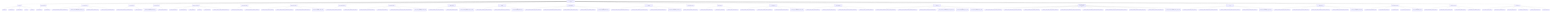
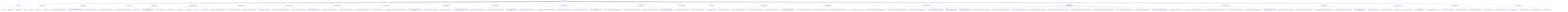
graph TD
    root["ToneSoul Documentation Authority"]
    root --> entrypoints["Entry Points"]
    entrypoints --> entrypoints_1["README.md"]
    entrypoints --> entrypoints_2["README.zh-TW.md"]
    entrypoints --> entrypoints_3["AI_ONBOARDING.md"]
    entrypoints --> entrypoints_4["INDEX.md"]
    entrypoints --> entrypoints_5["README.md"]
    root --> ai_operational_guides["AI Operational Guides"]
    ai_operational_guides --> ai_operational_guides_1["AI_QUICKSTART.md"]
    ai_operational_guides --> ai_operational_guides_2["AI_REFERENCE.md"]
    root --> canonical_architecture["Canonical Architecture"]
    canonical_architecture --> canonical_architecture_1["TONESOUL_EXTERNALIZED_COGNITIVE_ARCHITECTURE.md"]
    canonical_architecture --> canonical_architecture_2["TONESOUL_ARCHITECTURE_MEMORY_ANCHOR_2026-03-22.md"]
    canonical_architecture --> canonical_architecture_3["KNOWLEDGE_SURFACES_BOUNDARY_MAP.md"]
    canonical_architecture --> canonical_architecture_4["TONESOUL_EIGHT_LAYER_CONVERGENCE_MAP.md"]
    root --> deep_system_maps["Deep System Maps"]
    deep_system_maps --> deep_system_maps_1["TONESOUL_SYSTEM_OVERVIEW_AND_SUBSYSTEM_GUIDE.md"]
    deep_system_maps --> deep_system_maps_2["TONESOUL_ANATOMY.md"]
    root --> interpretive_readings["Interpretive Readings"]
    interpretive_readings --> interpretive_readings_1["TONESOUL_DEEP_READING_ANCHOR_2026-03-26.md"]
    interpretive_readings --> interpretive_readings_2["TONESOUL_CODEX_READING.md"]
    root --> governance_execution["Governance And Execution"]
    governance_execution --> governance_execution_1["7D_AUDIT_FRAMEWORK.md"]
    governance_execution --> governance_execution_2["7D_EXECUTION_SPEC.md"]
    governance_execution --> governance_execution_3["AUDIT_CONTRACT.md"]
    governance_execution --> governance_execution_4["API_SPEC.md"]
    governance_execution --> governance_execution_5["COUNCIL_RUNTIME.md"]
    governance_execution --> governance_execution_6["TONESOUL_SHARED_R_MEMORY_OPERATIONS_CONTRACT.md"]
    root --> claim_authority_distillation["Claim Authority Distillation"]
    claim_authority_distillation --> claim_authority_distillation_1["TONESOUL_CLAIM_AUTHORITY_MATRIX.md"]
    claim_authority_distillation --> claim_authority_distillation_2["TONESOUL_LAW_RUNTIME_BOUNDARY_CONTRACT.md"]
    root --> evidence_topology_and_verifiability["Evidence And Verifiability"]
    evidence_topology_and_verifiability --> evidence_topology_and_verifiability_1["TONESOUL_CLAIM_TO_EVIDENCE_MATRIX.md"]
    evidence_topology_and_verifiability --> evidence_topology_and_verifiability_2["TONESOUL_EVIDENCE_LADDER_AND_VERIFIABILITY_CONTRACT.md"]
    evidence_topology_and_verifiability --> evidence_topology_and_verifiability_3["TONESOUL_TEST_AND_VALIDATION_TOPOLOGY_MAP.md"]
    evidence_topology_and_verifiability --> evidence_topology_and_verifiability_4["tonesoul_evidence_followup_candidates_2026-03-29.md"]
    root --> subject_refresh_boundaries["Subject Refresh Boundaries"]
    subject_refresh_boundaries --> subject_refresh_boundaries_1["TONESOUL_SUBJECT_REFRESH_BOUNDARY_CONTRACT.md"]
    subject_refresh_boundaries --> subject_refresh_boundaries_2["TONESOUL_SUBJECT_SNAPSHOT_FIELD_LANES.md"]
    root --> control_plane_discipline["Control Plane Discipline"]
    control_plane_discipline --> control_plane_discipline_1["TONESOUL_TASK_TRACK_AND_READINESS_CONTRACT.md"]
    control_plane_discipline --> control_plane_discipline_2["TONESOUL_PLAN_DELTA_CONTRACT.md"]
    control_plane_discipline --> control_plane_discipline_3["TONESOUL_MIRROR_RUPTURE_FAIL_STOP_AND_LOW_DRIFT_ANCHOR_CONTRACT.md"]
    control_plane_discipline --> control_plane_discipline_4["tonesoul_control_plane_followup_candidates_2026-03-28.md"]
    root --> observable_shell_and_axiom_boundaries["Observable-Shell And Axiom Boundaries"]
    observable_shell_and_axiom_boundaries --> observable_shell_and_axiom_boundaries_1["TONESOUL_OBSERVABLE_SHELL_OPACITY_CONTRACT.md"]
    observable_shell_and_axiom_boundaries --> observable_shell_and_axiom_boundaries_2["TONESOUL_AXIOM_FALSIFICATION_MAP.md"]
    observable_shell_and_axiom_boundaries --> observable_shell_and_axiom_boundaries_3["tonesoul_observability_and_axiom_adoption_review_2026-03-28.md"]
    root --> council_deliberation_discipline["Council Deliberation Discipline"]
    council_deliberation_discipline --> council_deliberation_discipline_1["TONESOUL_COUNCIL_DOSSIER_AND_DISSENT_CONTRACT.md"]
    council_deliberation_discipline --> council_deliberation_discipline_2["TONESOUL_ADAPTIVE_DELIBERATION_MODE_CONTRACT.md"]
    council_deliberation_discipline --> council_deliberation_discipline_3["tonesoul_council_followup_candidates_2026-03-28.md"]
    root --> continuity_import_and_receiver_discipline["Continuity Import And Receiver Discipline"]
    continuity_import_and_receiver_discipline --> continuity_import_and_receiver_discipline_1["TONESOUL_CONTINUITY_IMPORT_AND_DECAY_CONTRACT.md"]
    continuity_import_and_receiver_discipline --> continuity_import_and_receiver_discipline_2["TONESOUL_RECEIVER_INTERPRETATION_BOUNDARY_CONTRACT.md"]
    continuity_import_and_receiver_discipline --> continuity_import_and_receiver_discipline_3["TONESOUL_CONTINUITY_SURFACE_LIFECYCLE_MAP.md"]
    continuity_import_and_receiver_discipline --> continuity_import_and_receiver_discipline_4["TONESOUL_WORKING_STYLE_CONTINUITY_CONTRACT.md"]
    continuity_import_and_receiver_discipline --> continuity_import_and_receiver_discipline_5["tonesoul_continuity_followup_candidates_2026-03-29.md"]
    root --> council_realism_and_calibration["Council Realism And Calibration"]
    council_realism_and_calibration --> council_realism_and_calibration_1["TONESOUL_COUNCIL_REALISM_AND_INDEPENDENCE_CONTRACT.md"]
    council_realism_and_calibration --> council_realism_and_calibration_2["TONESOUL_COUNCIL_CONFIDENCE_AND_CALIBRATION_MAP.md"]
    council_realism_and_calibration --> council_realism_and_calibration_3["TONESOUL_ADVERSARIAL_DELIBERATION_ADOPTION_MAP.md"]
    council_realism_and_calibration --> council_realism_and_calibration_4["tonesoul_council_realism_followup_candidates_2026-03-29.md"]
    root --> context_continuity_adoption["Context Continuity Adoption"]
    context_continuity_adoption --> context_continuity_adoption_1["TONESOUL_CONTEXT_CONTINUITY_ADOPTION_MAP.md"]
    root --> prompt_discipline_skeleton["Prompt Discipline"]
    prompt_discipline_skeleton --> prompt_discipline_skeleton_1["TONESOUL_PROMPT_DISCIPLINE_SKELETON.md"]
    prompt_discipline_skeleton --> prompt_discipline_skeleton_2["TONESOUL_PROMPT_VARIANTS.md"]
    prompt_discipline_skeleton --> prompt_discipline_skeleton_3["TONESOUL_PROMPT_STARTER_CARDS.md"]
    root --> prompt_surface_topology_and_adoption["Prompt Surface Topology And Adoption"]
    prompt_surface_topology_and_adoption --> prompt_surface_topology_and_adoption_1["TONESOUL_PROMPT_SURFACE_ADOPTION_MATRIX.md"]
    prompt_surface_topology_and_adoption --> prompt_surface_topology_and_adoption_2["TONESOUL_PROMPT_SURFACE_BOUNDARY_CONTRACT.md"]
    prompt_surface_topology_and_adoption --> prompt_surface_topology_and_adoption_3["TONESOUL_PROMPT_SURFACE_TOPOLOGY_MAP.md"]
    prompt_surface_topology_and_adoption --> prompt_surface_topology_and_adoption_4["tonesoul_prompt_adoption_followup_candidates_2026-03-29.md"]
    root --> reality_alignment_and_render_boundaries["Reality Alignment And Render Boundaries"]
    reality_alignment_and_render_boundaries --> reality_alignment_and_render_boundaries_1["TONESOUL_ENTRY_SURFACE_REALITY_BASELINE.md"]
    reality_alignment_and_render_boundaries --> reality_alignment_and_render_boundaries_2["TONESOUL_DOC_METRIC_AND_COUNT_METHOD.md"]
    reality_alignment_and_render_boundaries --> reality_alignment_and_render_boundaries_3["TONESOUL_RENDER_LAYER_AND_ENCODING_BOUNDARY_CONTRACT.md"]
    reality_alignment_and_render_boundaries --> reality_alignment_and_render_boundaries_4["TONESOUL_DOC_DRIFT_AND_CONFLICT_REGISTER.md"]
    root --> successor_continuity_and_hot_memory["Successor Continuity And Hot Memory"]
    successor_continuity_and_hot_memory --> successor_continuity_and_hot_memory_1["TONESOUL_SUCCESSOR_COLLABORATION_AND_HOT_MEMORY_CONTRACT.md"]
    successor_continuity_and_hot_memory --> successor_continuity_and_hot_memory_2["TONESOUL_LOW_DRIFT_ANCHOR_SOURCE_PRECEDENCE_CONTRACT.md"]
    successor_continuity_and_hot_memory --> successor_continuity_and_hot_memory_3["TONESOUL_HOT_MEMORY_DECAY_AND_COMPRESSION_MAP.md"]
    successor_continuity_and_hot_memory --> successor_continuity_and_hot_memory_4["tonesoul_successor_collaboration_and_hot_memory_program_2026-04-02.md"]
    successor_continuity_and_hot_memory --> successor_continuity_and_hot_memory_5["tonesoul_subsystem_parity_and_gap_map_2026-04-02.md"]
    successor_continuity_and_hot_memory --> successor_continuity_and_hot_memory_6["tonesoul_successor_sidecar_residue_triage_2026-04-02.md"]
    root --> research_driven_memory_interop_and_knowledge_layer["Research-Driven Memory Interop And Knowledge Layer"]
    research_driven_memory_interop_and_knowledge_layer --> research_driven_memory_interop_and_knowledge_layer_1["TONESOUL_CROSS_AGENT_MEMORY_CONSUMER_CONTRACT.md"]
    research_driven_memory_interop_and_knowledge_layer --> research_driven_memory_interop_and_knowledge_layer_2["TONESOUL_CLAUDE_COMPATIBLE_ENTRY_ADAPTER_CONTRACT.md"]
    research_driven_memory_interop_and_knowledge_layer --> research_driven_memory_interop_and_knowledge_layer_3["TONESOUL_KNOWLEDGE_LAYER_BOUNDARY_CONTRACT.md"]
    research_driven_memory_interop_and_knowledge_layer --> research_driven_memory_interop_and_knowledge_layer_4["TONESOUL_LAUNCH_HEALTH_TREND_READOUT_CONTRACT.md"]
    research_driven_memory_interop_and_knowledge_layer --> research_driven_memory_interop_and_knowledge_layer_5["TONESOUL_INTERNAL_STATE_OBSERVABILITY_REALITY_CHECK_CONTRACT.md"]
    research_driven_memory_interop_and_knowledge_layer --> research_driven_memory_interop_and_knowledge_layer_6["TONESOUL_SURFACE_VERSIONING_AND_CONSUMER_LINEAGE_CONTRACT.md"]
    research_driven_memory_interop_and_knowledge_layer --> research_driven_memory_interop_and_knowledge_layer_7["TONESOUL_KNOWLEDGE_LAYER_SOURCE_TAXONOMY_AND_PARKING_CONTRACT.md"]
    research_driven_memory_interop_and_knowledge_layer --> research_driven_memory_interop_and_knowledge_layer_8["TONESOUL_COMPILED_KNOWLEDGE_LANDING_ZONE_SPEC.md"]
    research_driven_memory_interop_and_knowledge_layer --> research_driven_memory_interop_and_knowledge_layer_9["TONESOUL_OPERATOR_RETRIEVAL_QUERY_CONTRACT.md"]
    research_driven_memory_interop_and_knowledge_layer --> research_driven_memory_interop_and_knowledge_layer_10["tonesoul_research_lines_and_memory_interop_program_2026-04-06.md"]
    root --> bounded_self_improvement_loop["Bounded Self-Improvement Loop"]
    bounded_self_improvement_loop --> bounded_self_improvement_loop_1["TONESOUL_SELF_IMPROVEMENT_LOOP_V0_SPEC.md"]
    bounded_self_improvement_loop --> bounded_self_improvement_loop_2["TONESOUL_SELF_IMPROVEMENT_EVALUATOR_HARNESS_CONTRACT.md"]
    bounded_self_improvement_loop --> bounded_self_improvement_loop_3["TONESOUL_EXPERIMENT_REGISTRY_AND_LINEAGE_BOUNDARY_CONTRACT.md"]
    bounded_self_improvement_loop --> bounded_self_improvement_loop_4["TONESOUL_BOUNDED_MUTATION_SPACE_CONTRACT.md"]
-     bounded_self_improvement_loop --> bounded_self_improvement_loop_5["tonesoul_self_improvement_loop_v0_program_2026-04-06.md"]
+     bounded_self_improvement_loop --> bounded_self_improvement_loop_5["TONESOUL_ANALYZER_AND_PROMOTION_GATE_CONTRACT.md"]
+     bounded_self_improvement_loop --> bounded_self_improvement_loop_6["tonesoul_self_improvement_loop_v0_program_2026-04-06.md"]
    root --> entry_simplification_and_lineage_routing["Entry Simplification And Lineage Routing"]
    entry_simplification_and_lineage_routing --> entry_simplification_and_lineage_routing_1["TONESOUL_AUDIENCE_ROUTING_AND_ENTRY_CONTRACT.md"]
    entry_simplification_and_lineage_routing --> entry_simplification_and_lineage_routing_2["TONESOUL_HISTORICAL_SPEC_AND_LEGACY_SURFACE_MAP.md"]
    entry_simplification_and_lineage_routing --> entry_simplification_and_lineage_routing_3["TONESOUL_DOC_SURFACE_SIMPLIFICATION_BOUNDARY_CONTRACT.md"]
    entry_simplification_and_lineage_routing --> entry_simplification_and_lineage_routing_4["TONESOUL_ENCODING_AND_MOJIBAKE_HAZARD_REGISTER.md"]
    entry_simplification_and_lineage_routing --> entry_simplification_and_lineage_routing_5["tonesoul_docs_cleanup_wave_candidates_2026-03-29.md"]
    root --> doc_governance["Documentation Governance"]
    doc_governance --> doc_governance_1["DOCS_INFORMATION_ARCHITECTURE_v1.md"]
    doc_governance --> doc_governance_2["DOCS_CLASSIFICATION_LEDGER_v1.md"]
    doc_governance --> doc_governance_3["FILE_PURPOSE_MAP.md"]
    doc_governance --> doc_governance_4["doc_convergence_inventory_latest.json"]
    doc_governance --> doc_governance_5["doc_convergence_cleanup_plan_2026-03-22.md"]
    root --> convergence_contracts["Convergence Contracts"]
    convergence_contracts --> convergence_contracts_1["BASENAME_DIVERGENCE_DISTILLATION_MAP.md"]
    convergence_contracts --> convergence_contracts_2["PRIVATE_MEMORY_SHADOW_BOUNDARY_MAP.md"]
    convergence_contracts --> convergence_contracts_3["PARADOX_FIXTURE_OWNERSHIP_MAP.md"]
    convergence_contracts --> convergence_contracts_4["ENGINEERING_MIRROR_OWNERSHIP_MAP.md"]
    root --> generated_status["Generated Status"]
    generated_status --> generated_status_1["doc_convergence_inventory_latest.json"]
    generated_status --> generated_status_2["basename_divergence_distillation_latest.json"]
    generated_status --> generated_status_3["private_memory_shadow_latest.json"]
    generated_status --> generated_status_4["paradox_fixture_ownership_latest.json"]
    generated_status --> generated_status_5["engineering_mirror_ownership_latest.json"]
    generated_status --> generated_status_6["claim_authority_latest.json"]
